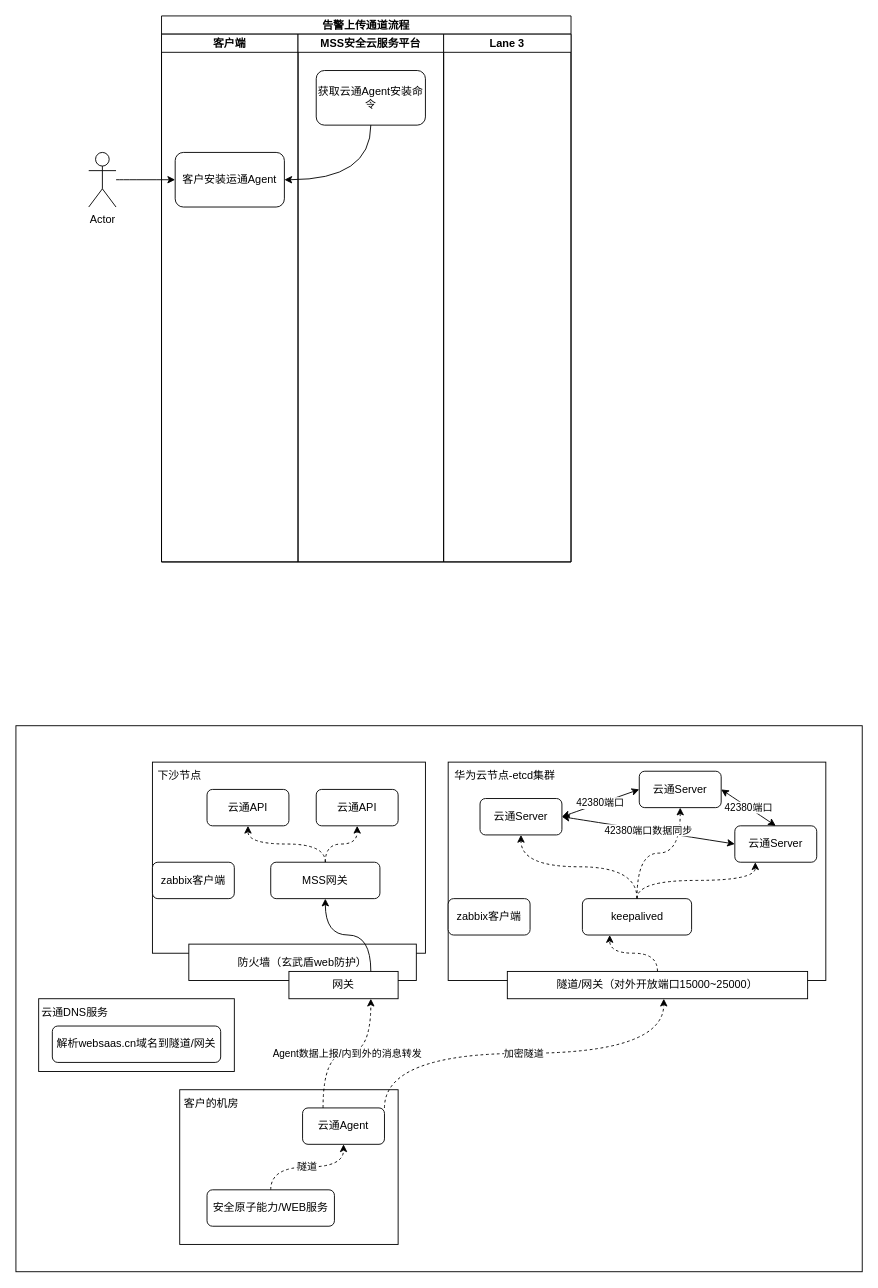
Before: ah-security/src/main/java/com/zhansc/ahsecurity/mss/告警上传通道流程.drawio in zhansc/worksheet, a draw.io diagram. Source tidied: cells renumbered, new cells numbered last; positions are measured from the earlier drawing's top-left corner, leaving out a move shared by most shapes. Both pictures are drawn from the tidied source at 91%, with x=0, y=0 at pixel (15, 15).
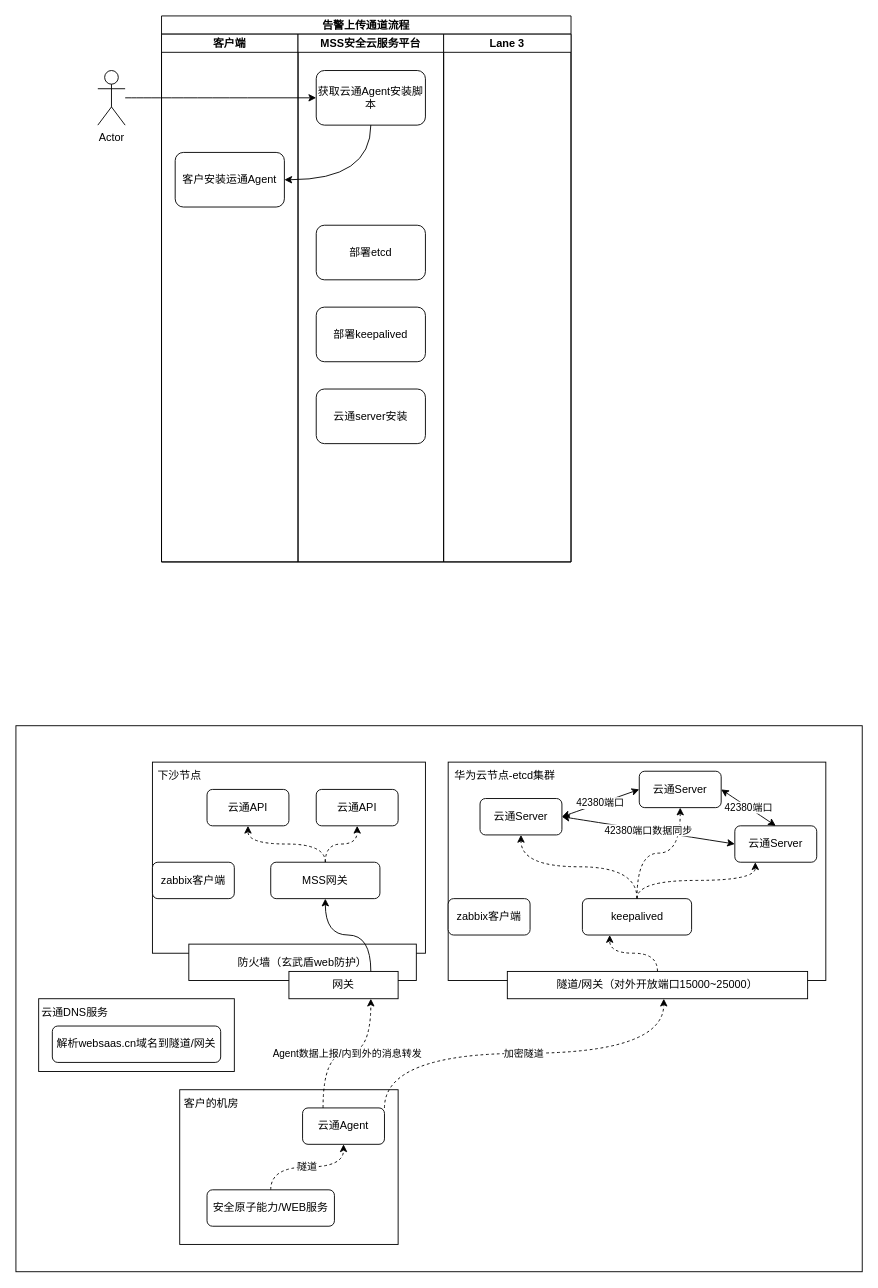
After the change.

Commit message:
告警上传通道流程.drawio

Unchanged cells that the change refers to:
```xml
<mxCell id="8" value="客户安装运通Agent" style="rounded=1;whiteSpace=wrap;html=1;" parent="7" vertex="1">
  <mxGeometry x="15" y="130" width="120" height="60" as="geometry" />
</mxCell>
<mxCell id="9" value="MSS安全云服务平台" style="swimlane;startSize=20;" parent="6" vertex="1">
  <mxGeometry x="150" y="20" width="160" height="580" as="geometry" />
</mxCell>
```

What changed in the source:
```diff
@@
-    <mxCell id="10" value="获取云通Agent安装命令" style="rounded=1;whiteSpace=wrap;html=1;" parent="9" vertex="1">
+    <mxCell id="10" value="获取云通Agent安装脚本" style="rounded=1;whiteSpace=wrap;html=1;" parent="9" vertex="1">
       <mxGeometry x="20" y="40" width="120" height="60" as="geometry" />
     </mxCell>
+    <mxCell id="48" value="云通server安装" style="rounded=1;whiteSpace=wrap;html=1;" parent="9" vertex="1">
+      <mxGeometry x="20" y="390" width="120" height="60" as="geometry" />
+    </mxCell>
+    <mxCell id="49" value="部署keepalived" style="rounded=1;whiteSpace=wrap;html=1;" parent="9" vertex="1">
+      <mxGeometry x="20" y="300" width="120" height="60" as="geometry" />
+    </mxCell>
+    <mxCell id="50" value="部署etcd" style="rounded=1;whiteSpace=wrap;html=1;" parent="9" vertex="1">
+      <mxGeometry x="20" y="210" width="120" height="60" as="geometry" />
+    </mxCell>
@@
-    <mxCell id="13" style="edgeStyle=orthogonalEdgeStyle;curved=1;rounded=0;jettySize=auto;html=1;entryX=0;entryY=0.5;entryDx=0;entryDy=0;" parent="1" edge="1" source="14" target="8">
-      <mxGeometry relative="1" as="geometry" />
-    </mxCell>
+    <mxCell id="51" style="edgeStyle=orthogonalEdgeStyle;curved=1;rounded=0;jettySize=auto;html=1;entryX=0;entryY=0.5;entryDx=0;entryDy=0;elbow=vertical;" parent="1" edge="1" source="14" target="10">
+      <mxGeometry relative="1" as="geometry" />
+    </mxCell>
     <mxCell id="14" value="Actor" style="shape=umlActor;verticalLabelPosition=bottom;verticalAlign=top;html=1;outlineConnect=0;" parent="1" vertex="1">
-      <mxGeometry x="80" y="150" width="30" height="60" as="geometry" />
+      <mxGeometry x="90" y="60" width="30" height="60" as="geometry" />
     </mxCell>
```
